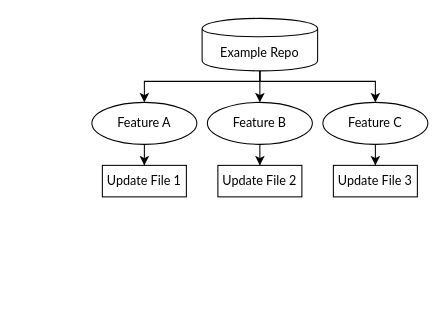
This is source/docs/software/basic-programming/diagrams/branches.drawio from wpilibsuite/frc-docs, a draw.io file, before an edit. Source tidied: cells renumbered, new cells numbered last; positions are measured from the earlier drawing's top-left corner, leaving out a move shared by most shapes. Both pictures are drawn from the tidied source at 105%, with x=0, y=0 at pixel (91, 18).
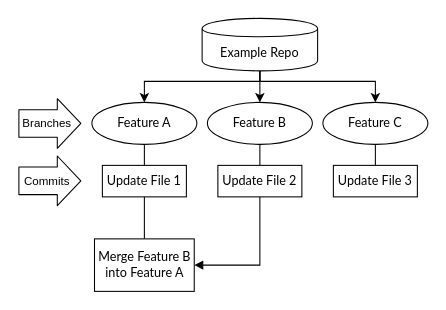
Above is the later version.

The change refers to these unchanged cells:
```xml
<mxCell id="7" value="Feature A" style="ellipse;whiteSpace=wrap;html=1;fontFamily=Lato;" parent="1" vertex="1">
  <mxGeometry y="80" width="100" height="40" as="geometry" />
</mxCell>
<mxCell id="9" value="Feature B" style="ellipse;whiteSpace=wrap;html=1;fontFamily=Lato;" parent="1" vertex="1">
  <mxGeometry x="110" y="80" width="100" height="40" as="geometry" />
</mxCell>
<mxCell id="11" value="Feature C" style="ellipse;whiteSpace=wrap;html=1;fontFamily=Lato;" parent="1" vertex="1">
  <mxGeometry x="220" y="80" width="100" height="40" as="geometry" />
</mxCell>
<mxCell id="12" value="Update File 1" style="rounded=0;whiteSpace=wrap;html=1;fontFamily=Lato;" parent="1" vertex="1">
  <mxGeometry x="10" y="140" width="80" height="30" as="geometry" />
</mxCell>
<mxCell id="13" value="Update File 2" style="rounded=0;whiteSpace=wrap;html=1;fontFamily=Lato;" parent="1" vertex="1">
  <mxGeometry x="120" y="140" width="80" height="30" as="geometry" />
</mxCell>
<mxCell id="14" value="Update File 3" style="rounded=0;whiteSpace=wrap;html=1;fontFamily=Lato;" parent="1" vertex="1">
  <mxGeometry x="230" y="140" width="80" height="30" as="geometry" />
</mxCell>
```

Change to the diagram source:
```diff
@@
-    <mxCell id="6" style="edgeStyle=orthogonalEdgeStyle;rounded=0;jettySize=auto;html=1;fontFamily=Lato;" parent="1" edge="1" source="7" target="12">
+    <mxCell id="6" style="edgeStyle=orthogonalEdgeStyle;rounded=0;jettySize=auto;html=1;fontFamily=Lato;endArrow=none;endFill=0;" parent="1" edge="1" source="7" target="12">
       <mxGeometry relative="1" as="geometry" />
     </mxCell>
@@
-    <mxCell id="8" style="edgeStyle=orthogonalEdgeStyle;rounded=0;jettySize=auto;html=1;entryX=0.5;entryY=0;entryDx=0;entryDy=0;fontFamily=Lato;" parent="1" edge="1" source="9" target="13">
+    <mxCell id="8" style="edgeStyle=orthogonalEdgeStyle;rounded=0;jettySize=auto;html=1;entryX=0.5;entryY=0;entryDx=0;entryDy=0;fontFamily=Lato;endArrow=none;endFill=0;" parent="1" edge="1" source="9" target="13">
       <mxGeometry relative="1" as="geometry" />
     </mxCell>
@@
-    <mxCell id="10" style="edgeStyle=orthogonalEdgeStyle;rounded=0;jettySize=auto;html=1;fontFamily=Lato;" parent="1" edge="1" source="11" target="14">
+    <mxCell id="10" style="edgeStyle=orthogonalEdgeStyle;rounded=0;jettySize=auto;html=1;fontFamily=Lato;endArrow=none;endFill=0;" parent="1" edge="1" source="11" target="14">
       <mxGeometry relative="1" as="geometry" />
     </mxCell>
@@
+    <mxCell id="15" style="edgeStyle=orthogonalEdgeStyle;rounded=0;jettySize=auto;html=1;endArrow=none;endFill=0;" parent="1" edge="1" source="12" target="21">
+      <mxGeometry relative="1" as="geometry" />
+    </mxCell>
@@
+    <mxCell id="16" style="edgeStyle=orthogonalEdgeStyle;rounded=0;jettySize=auto;html=1;endArrow=block;endFill=1;entryX=1;entryY=0.5;entryDx=0;entryDy=0;" parent="1" edge="1" source="13" target="21">
+      <mxGeometry relative="1" as="geometry">
+        <Array as="points">
+          <mxPoint x="160" y="235" />
+        </Array>
+      </mxGeometry>
+    </mxCell>
@@
+    <mxCell id="17" style="shape=flexArrow;endArrow=classic;html=1;width=26.285714285714285;endSize=7.142857142857143;" parent="1" edge="1">
+      <mxGeometry relative="1" as="geometry">
+        <mxPoint x="-70" y="154.7" as="sourcePoint" />
+        <mxPoint x="-10" y="154.7" as="targetPoint" />
+      </mxGeometry>
+    </mxCell>
+    <mxCell id="18" value="Commits" style="edgeLabel;html=1;align=center;verticalAlign=middle;" parent="17" vertex="1">
+      <mxGeometry x="0.25" y="-2" relative="1" as="geometry">
+        <mxPoint x="-11.1" y="-2.7" as="offset" />
+      </mxGeometry>
+    </mxCell>
+    <mxCell id="19" style="shape=flexArrow;endArrow=classic;html=1;width=26.285714285714285;endSize=7.142857142857143;" parent="1" edge="1">
+      <mxGeometry relative="1" as="geometry">
+        <mxPoint x="-70" y="100.1" as="sourcePoint" />
+        <mxPoint x="-10" y="100.1" as="targetPoint" />
+      </mxGeometry>
+    </mxCell>
+    <mxCell id="20" value="Branches" style="edgeLabel;html=1;align=center;verticalAlign=middle;" parent="19" vertex="1">
+      <mxGeometry x="0.25" y="-2" relative="1" as="geometry">
+        <mxPoint x="-11.1" y="-2.7" as="offset" />
+      </mxGeometry>
+    </mxCell>
+    <mxCell id="21" value="Merge Feature B into Feature A" style="rounded=0;whiteSpace=wrap;html=1;fontFamily=Lato;" parent="1" vertex="1">
+      <mxGeometry x="2.5" y="210" width="95" height="50" as="geometry" />
+    </mxCell>
```
